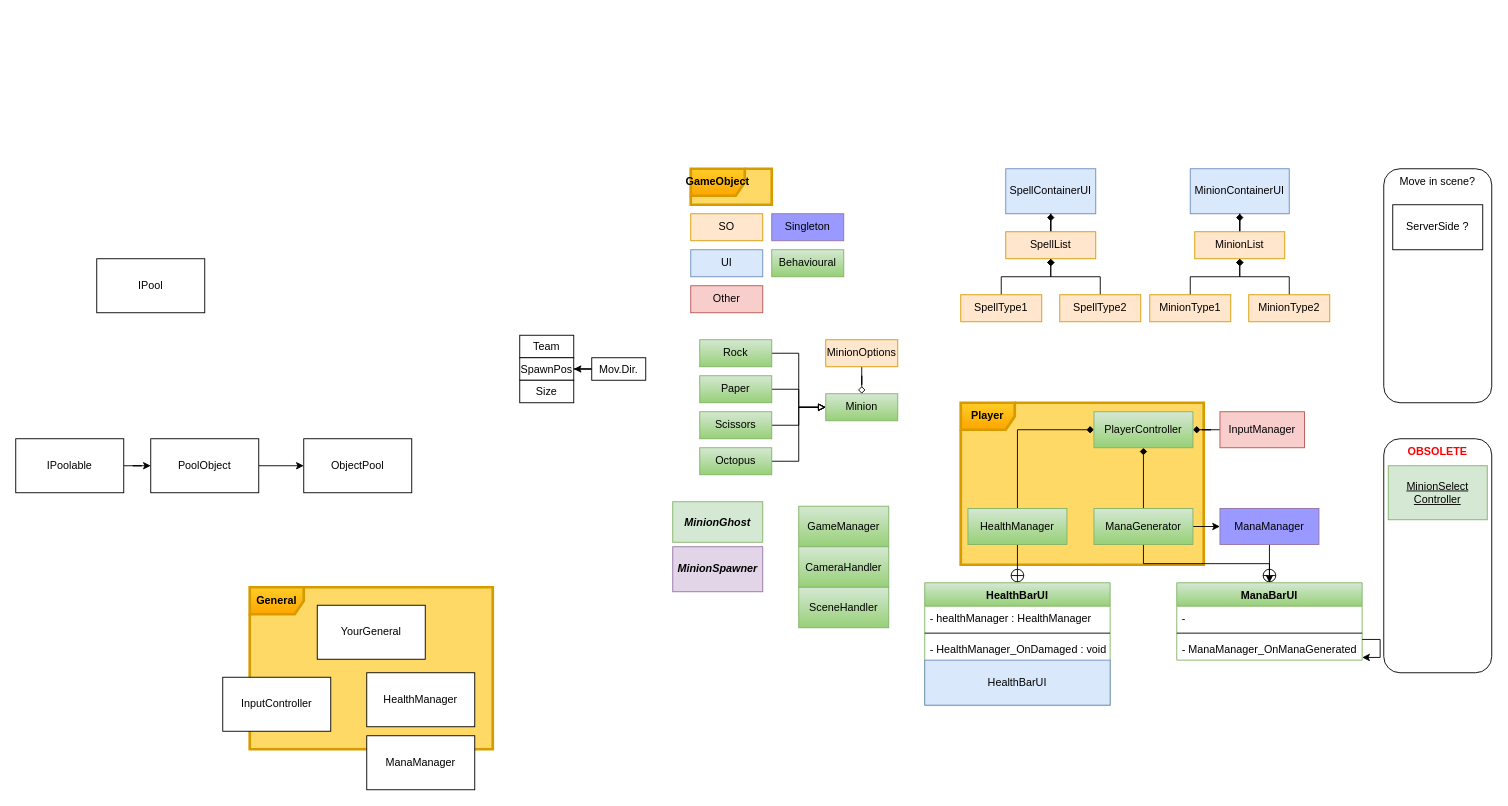
This is Assets/RPO.drawio from omerasikoglu/RPO, a draw.io file, before an edit. Source tidied: cells renumbered, new cells numbered last; positions are measured from the earlier drawing's top-left corner, leaving out a move shared by most shapes. Both pictures are drawn from the tidied source at 90%, with x=0, y=0 at pixel (15, 168).
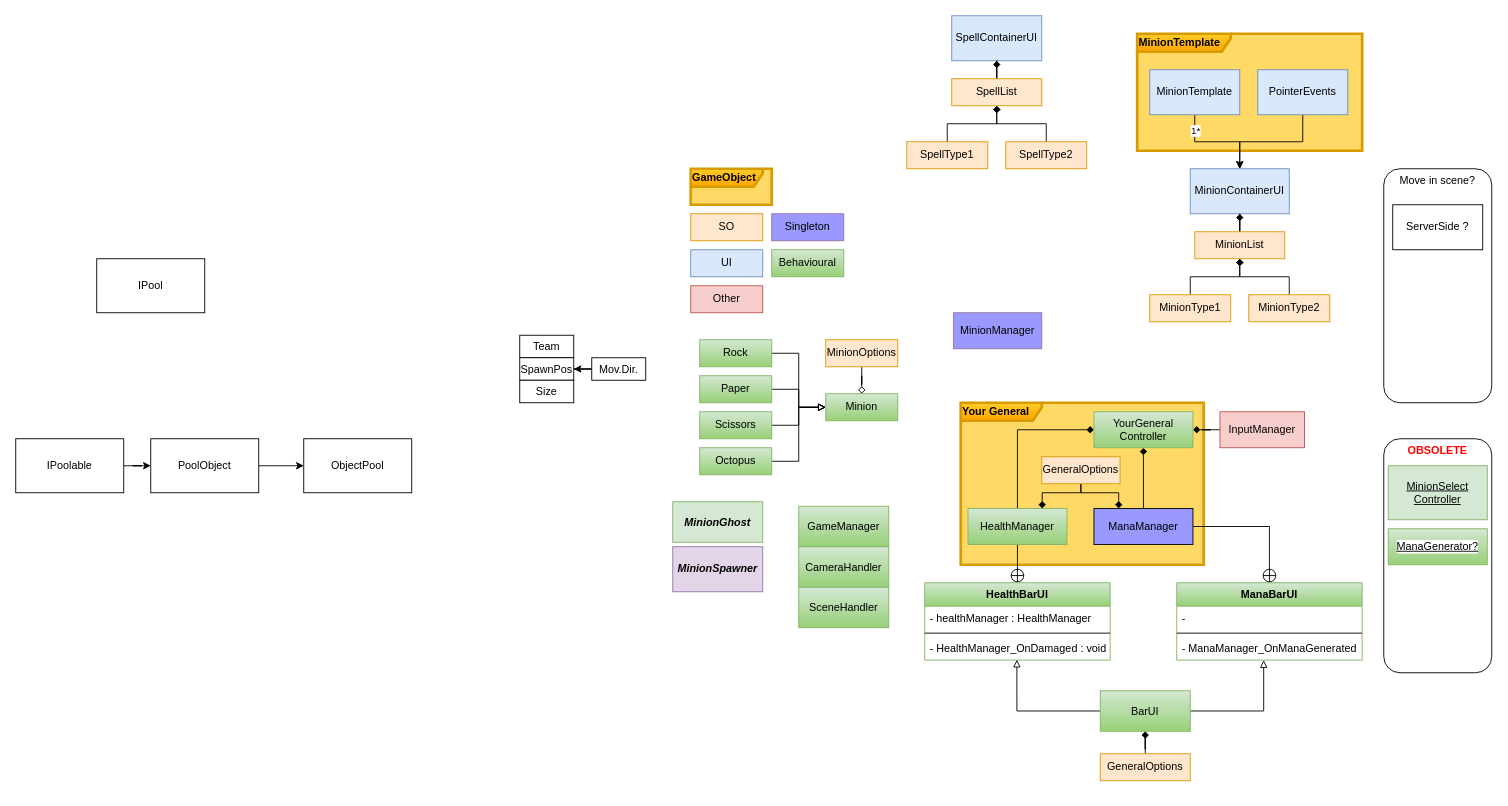
The same page after the edit.

Unchanged cells that the change refers to:
```xml
<mxCell id="13" value="MinionContainerUI" style="rounded=0;whiteSpace=wrap;html=1;fillColor=#dae8fc;strokeColor=#6c8ebf;" parent="1" vertex="1">
  <mxGeometry x="1305" width="110" height="50" as="geometry" />
</mxCell>
<mxCell id="40" value="HealthManager" style="rounded=0;whiteSpace=wrap;html=1;fillColor=#d5e8d4;strokeColor=#82b366;gradientColor=#97d077;fontStyle=0;" parent="1" vertex="1">
  <mxGeometry x="1058" y="377.5" width="110" height="40" as="geometry" />
</mxCell>
<mxCell id="57" value="- HealthManager_OnDamaged : void" style="text;strokeColor=none;fillColor=none;align=left;verticalAlign=top;spacingLeft=4;spacingRight=4;overflow=hidden;points=[[0,0.5],[1,0.5]];portConstraint=eastwest;" parent="54" vertex="1">
  <mxGeometry y="60" width="206" height="26" as="geometry" />
</mxCell>
<mxCell id="59" value="ManaBarUI" style="swimlane;fontStyle=1;align=center;verticalAlign=top;horizontal=1;startSize=26;fillColor=#d5e8d4;gradientColor=#97d077;strokeColor=#82b366;" parent="1" vertex="1">
  <mxGeometry x="1290" y="460" width="206" height="86" as="geometry" />
</mxCell>
<mxCell id="62" value="- ManaManager_OnManaGenerated" style="text;strokeColor=none;fillColor=none;align=left;verticalAlign=top;spacingLeft=4;spacingRight=4;overflow=hidden;points=[[0,0.5],[1,0.5]];portConstraint=eastwest;" parent="59" vertex="1">
  <mxGeometry y="60" width="206" height="26" as="geometry" />
</mxCell>
```

Diff of the diagram source:
```diff
@@
-    <mxCell id="2" value="&lt;b&gt;Player&lt;/b&gt;" style="shape=umlFrame;whiteSpace=wrap;html=1;strokeColor=#d79b00;fillColor=#ffcd28;gradientColor=#ffa500;strokeWidth=3;perimeterSpacing=0;swimlaneFillColor=#FFD966;align=center;" parent="1" vertex="1">
+    <mxCell id="2" value="&lt;b&gt;Your General&lt;/b&gt;" style="shape=umlFrame;whiteSpace=wrap;html=1;strokeColor=#d79b00;fillColor=#ffcd28;gradientColor=#ffa500;strokeWidth=3;perimeterSpacing=0;swimlaneFillColor=#FFD966;align=left;width=90;height=20;" parent="1" vertex="1">
       <mxGeometry x="1050" y="260" width="270" height="180" as="geometry" />
     </mxCell>
@@
     <mxCell id="17" value="SpellContainerUI" style="rounded=0;whiteSpace=wrap;html=1;fillColor=#dae8fc;strokeColor=#6c8ebf;" parent="1" vertex="1">
-      <mxGeometry x="1100" width="100" height="50" as="geometry" />
+      <mxGeometry x="1040" y="-170" width="100" height="50" as="geometry" />
     </mxCell>
@@
-    <mxCell id="20" style="edgeStyle=orthogonalEdgeStyle;rounded=0;jettySize=auto;html=1;endArrow=circlePlus;endFill=0;entryX=0.5;entryY=0;entryDx=0;entryDy=0;" parent="1" edge="1" source="22" target="59">
+    <mxCell id="20" style="edgeStyle=orthogonalEdgeStyle;rounded=0;jettySize=auto;html=1;endArrow=circlePlus;endFill=0;entryX=0.5;entryY=0;entryDx=0;entryDy=0;exitX=1;exitY=0.5;exitDx=0;exitDy=0;" parent="1" edge="1" source="22" target="59">
       <mxGeometry relative="1" as="geometry" />
     </mxCell>
-    <mxCell id="21" style="edgeStyle=orthogonalEdgeStyle;rounded=0;jettySize=auto;html=1;endArrow=diamond;endFill=1;exitX=0.5;exitY=0;exitDx=0;exitDy=0;" parent="1" edge="1" source="53" target="44">
+    <mxCell id="21" style="edgeStyle=orthogonalEdgeStyle;rounded=0;jettySize=auto;html=1;endArrow=diamond;endFill=1;exitX=0.5;exitY=0;exitDx=0;exitDy=0;" parent="1" edge="1" source="22" target="44">
       <mxGeometry relative="1" as="geometry" />
     </mxCell>
-    <mxCell id="22" value="ManaManager" style="rounded=0;whiteSpace=wrap;html=1;fillColor=#9999FF;strokeColor=#9673a6;" parent="1" vertex="1">
-      <mxGeometry x="1338" y="377.5" width="110" height="40" as="geometry" />
+    <mxCell id="22" value="ManaManager" style="rounded=0;whiteSpace=wrap;html=1;fillColor=#9999FF;strokeColor=default;gradientColor=none;" parent="1" vertex="1">
+      <mxGeometry x="1198" y="377.5" width="110" height="40" as="geometry" />
     </mxCell>
@@
     <mxCell id="32" value="SpellList" style="rounded=0;whiteSpace=wrap;html=1;fillColor=#ffe6cc;strokeColor=#d79b00;" parent="1" vertex="1">
-      <mxGeometry x="1100" y="70" width="100" height="30" as="geometry" />
+      <mxGeometry x="1040" y="-100" width="100" height="30" as="geometry" />
     </mxCell>
@@
     <mxCell id="34" value="SpellType1" style="rounded=0;whiteSpace=wrap;html=1;fillColor=#ffe6cc;strokeColor=#d79b00;" parent="1" vertex="1">
-      <mxGeometry x="1050" y="140" width="90" height="30" as="geometry" />
+      <mxGeometry x="990" y="-30" width="90" height="30" as="geometry" />
     </mxCell>
@@
     <mxCell id="36" value="SpellType2" style="rounded=0;whiteSpace=wrap;html=1;fillColor=#ffe6cc;strokeColor=#d79b00;" parent="1" vertex="1">
-      <mxGeometry x="1160" y="140" width="90" height="30" as="geometry" />
+      <mxGeometry x="1100" y="-30" width="90" height="30" as="geometry" />
     </mxCell>
@@
-    <mxCell id="44" value="PlayerController" style="rounded=0;whiteSpace=wrap;html=1;fillColor=#d5e8d4;strokeColor=#82b366;gradientColor=#97d077;fontStyle=0;align=center;" parent="1" vertex="1">
+    <mxCell id="44" value="YourGeneral Controller" style="rounded=0;whiteSpace=wrap;html=1;fillColor=#d5e8d4;strokeColor=#82b366;gradientColor=#97d077;fontStyle=0;align=center;" parent="1" vertex="1">
       <mxGeometry x="1198" y="270" width="110" height="40" as="geometry" />
     </mxCell>
@@
-    <mxCell id="51" style="edgeStyle=orthogonalEdgeStyle;rounded=0;jettySize=auto;html=1;exitX=1;exitY=0.5;exitDx=0;exitDy=0;entryX=0;entryY=0.5;entryDx=0;entryDy=0;" parent="1" edge="1" source="53" target="22">
-      <mxGeometry relative="1" as="geometry" />
-    </mxCell>
-    <mxCell id="52" style="edgeStyle=orthogonalEdgeStyle;rounded=0;jettySize=auto;html=1;entryX=0.5;entryY=0;entryDx=0;entryDy=0;" parent="1" edge="1" source="53" target="59">
-      <mxGeometry relative="1" as="geometry" />
-    </mxCell>
-    <mxCell id="53" value="ManaGenerator" style="rounded=0;whiteSpace=wrap;html=1;fillColor=#d5e8d4;strokeColor=#82b366;gradientColor=#97d077;fontStyle=0;" parent="1" vertex="1">
-      <mxGeometry x="1198" y="377.5" width="110" height="40" as="geometry" />
-    </mxCell>
     <mxCell id="54" value="HealthBarUI" style="swimlane;fontStyle=1;align=center;verticalAlign=top;horizontal=1;startSize=26;fillColor=#d5e8d4;strokeColor=#82b366;gradientColor=#97d077;" parent="1" vertex="1">
-      <mxGeometry x="1010" y="460" width="206" height="136" as="geometry" />
+      <mxGeometry x="1010" y="460" width="206" height="86" as="geometry" />
     </mxCell>
@@
-    <mxCell id="58" value="HealthBarUI" style="rounded=0;whiteSpace=wrap;html=1;fillColor=#dae8fc;strokeColor=#6c8ebf;fontStyle=0;" parent="54" vertex="1">
-      <mxGeometry y="86" width="206" height="50" as="geometry" />
-    </mxCell>
@@
-    <mxCell id="63" style="edgeStyle=orthogonalEdgeStyle;rounded=0;orthogonalLoop=1;jettySize=auto;html=1;" parent="59" edge="1" source="62" target="62">
-      <mxGeometry relative="1" as="geometry" />
-    </mxCell>
-    <mxCell id="64" value="&lt;b&gt;GameObject&lt;/b&gt;" style="shape=umlFrame;whiteSpace=wrap;html=1;strokeColor=#d79b00;fillColor=#ffcd28;gradientColor=#ffa500;strokeWidth=3;perimeterSpacing=0;swimlaneFillColor=#FFD966;align=center;" parent="1" vertex="1">
+    <mxCell id="64" value="&lt;b&gt;GameObject&lt;/b&gt;" style="shape=umlFrame;whiteSpace=wrap;html=1;strokeColor=#d79b00;fillColor=#ffcd28;gradientColor=#ffa500;strokeWidth=3;perimeterSpacing=0;swimlaneFillColor=#FFD966;align=left;width=80;height=20;" parent="1" vertex="1">
       <mxGeometry x="750" width="90" height="40" as="geometry" />
     </mxCell>
@@
-    <mxCell id="76" value="&lt;b&gt;General&lt;/b&gt;" style="shape=umlFrame;whiteSpace=wrap;html=1;strokeColor=#d79b00;fillColor=#ffcd28;gradientColor=#ffa500;strokeWidth=3;perimeterSpacing=0;swimlaneFillColor=#FFD966;align=center;" parent="1" vertex="1">
-      <mxGeometry x="260" y="465" width="270" height="180" as="geometry" />
-    </mxCell>
-    <mxCell id="77" value="YourGeneral" style="rounded=0;whiteSpace=wrap;html=1;" parent="1" vertex="1">
-      <mxGeometry x="335" y="485" width="120" height="60" as="geometry" />
-    </mxCell>
-    <mxCell id="78" value="InputController" style="rounded=0;whiteSpace=wrap;html=1;" parent="1" vertex="1">
-      <mxGeometry x="230" y="565" width="120" height="60" as="geometry" />
-    </mxCell>
-    <mxCell id="79" value="HealthManager" style="rounded=0;whiteSpace=wrap;html=1;" parent="1" vertex="1">
-      <mxGeometry x="390" y="560" width="120" height="60" as="geometry" />
-    </mxCell>
-    <mxCell id="80" value="ManaManager" style="rounded=0;whiteSpace=wrap;html=1;" parent="1" vertex="1">
-      <mxGeometry x="390" y="630" width="120" height="60" as="geometry" />
-    </mxCell>
+    <mxCell id="81" value="&lt;b&gt;MinionTemplate&lt;/b&gt;" style="shape=umlFrame;whiteSpace=wrap;html=1;strokeColor=#d79b00;fillColor=#ffcd28;gradientColor=#ffa500;strokeWidth=3;perimeterSpacing=0;swimlaneFillColor=#FFD966;align=left;width=104;height=20;" parent="1" vertex="1">
+      <mxGeometry x="1246" y="-150" width="250" height="130" as="geometry" />
+    </mxCell>
+    <mxCell id="82" style="edgeStyle=orthogonalEdgeStyle;rounded=0;jettySize=auto;html=1;endArrow=block;endFill=0;exitX=0;exitY=0.5;exitDx=0;exitDy=0;entryX=0.497;entryY=0.981;entryDx=0;entryDy=0;entryPerimeter=0;" parent="1" edge="1" source="84" target="57">
+      <mxGeometry relative="1" as="geometry" />
+    </mxCell>
+    <mxCell id="83" style="edgeStyle=orthogonalEdgeStyle;rounded=0;jettySize=auto;html=1;endArrow=block;endFill=0;exitX=1;exitY=0.5;exitDx=0;exitDy=0;entryX=0.469;entryY=1;entryDx=0;entryDy=0;entryPerimeter=0;" parent="1" edge="1" source="84" target="62">
+      <mxGeometry relative="1" as="geometry" />
+    </mxCell>
+    <mxCell id="84" value="BarUI" style="rounded=0;whiteSpace=wrap;html=1;fillColor=#d5e8d4;strokeColor=#82b366;gradientColor=#97d077;" parent="1" vertex="1">
+      <mxGeometry x="1205" y="580" width="100" height="45" as="geometry" />
+    </mxCell>
+    <mxCell id="85" value="ManaGenerator?" style="rounded=0;whiteSpace=wrap;html=1;fillColor=#d5e8d4;strokeColor=#82b366;gradientColor=#97d077;fontStyle=4;labelBackgroundColor=#FFFFFF;" parent="1" vertex="1">
+      <mxGeometry x="1525" y="400" width="110" height="40" as="geometry" />
+    </mxCell>
+    <mxCell id="86" style="edgeStyle=orthogonalEdgeStyle;rounded=0;jettySize=auto;html=1;endArrow=classic;endFill=1;" parent="1" edge="1" source="88" target="13">
+      <mxGeometry relative="1" as="geometry" />
+    </mxCell>
+    <mxCell id="87" value="1*" style="edgeLabel;html=1;align=center;verticalAlign=middle;" parent="86" vertex="1">
+      <mxGeometry x="-0.74" relative="1" as="geometry">
+        <mxPoint y="3" as="offset" />
+      </mxGeometry>
+    </mxCell>
+    <mxCell id="88" value="MinionTemplate" style="rounded=0;whiteSpace=wrap;html=1;fillColor=#dae8fc;strokeColor=#6c8ebf;" parent="1" vertex="1">
+      <mxGeometry x="1260" y="-110" width="100" height="50" as="geometry" />
+    </mxCell>
+    <mxCell id="89" style="edgeStyle=orthogonalEdgeStyle;rounded=0;jettySize=auto;html=1;endArrow=classic;endFill=1;" parent="1" edge="1" source="90" target="13">
+      <mxGeometry relative="1" as="geometry" />
+    </mxCell>
+    <mxCell id="90" value="PointerEvents" style="rounded=0;whiteSpace=wrap;html=1;fillColor=#dae8fc;strokeColor=#6c8ebf;" parent="1" vertex="1">
+      <mxGeometry x="1380" y="-110" width="100" height="50" as="geometry" />
+    </mxCell>
+    <mxCell id="91" style="edgeStyle=orthogonalEdgeStyle;rounded=0;jettySize=auto;html=1;endArrow=diamond;endFill=1;entryX=0.75;entryY=0;entryDx=0;entryDy=0;" parent="1" edge="1" source="93" target="40">
+      <mxGeometry relative="1" as="geometry">
+        <Array as="points">
+          <mxPoint x="1183" y="360" />
+          <mxPoint x="1141" y="360" />
+        </Array>
+      </mxGeometry>
+    </mxCell>
+    <mxCell id="92" style="edgeStyle=orthogonalEdgeStyle;rounded=0;jettySize=auto;html=1;endArrow=diamond;endFill=1;entryX=0.25;entryY=0;entryDx=0;entryDy=0;" parent="1" edge="1" source="93" target="22">
+      <mxGeometry relative="1" as="geometry">
+        <Array as="points">
+          <mxPoint x="1183" y="360" />
+          <mxPoint x="1225" y="360" />
+        </Array>
+      </mxGeometry>
+    </mxCell>
+    <mxCell id="93" value="GeneralOptions" style="rounded=0;whiteSpace=wrap;html=1;fillColor=#ffe6cc;strokeColor=#d79b00;" parent="1" vertex="1">
+      <mxGeometry x="1140" y="320" width="87" height="30" as="geometry" />
+    </mxCell>
+    <mxCell id="94" style="edgeStyle=orthogonalEdgeStyle;rounded=0;jettySize=auto;html=1;endArrow=diamond;endFill=1;" parent="1" edge="1" source="95" target="84">
+      <mxGeometry relative="1" as="geometry" />
+    </mxCell>
+    <mxCell id="95" value="GeneralOptions" style="rounded=0;whiteSpace=wrap;html=1;fillColor=#ffe6cc;strokeColor=#d79b00;" parent="1" vertex="1">
+      <mxGeometry x="1205" y="650" width="100" height="30" as="geometry" />
+    </mxCell>
+    <mxCell id="96" value="MinionManager" style="rounded=0;whiteSpace=wrap;html=1;fillColor=#9999FF;strokeColor=#9673a6;" parent="1" vertex="1">
+      <mxGeometry x="1042" y="160" width="98" height="40" as="geometry" />
+    </mxCell>
```
